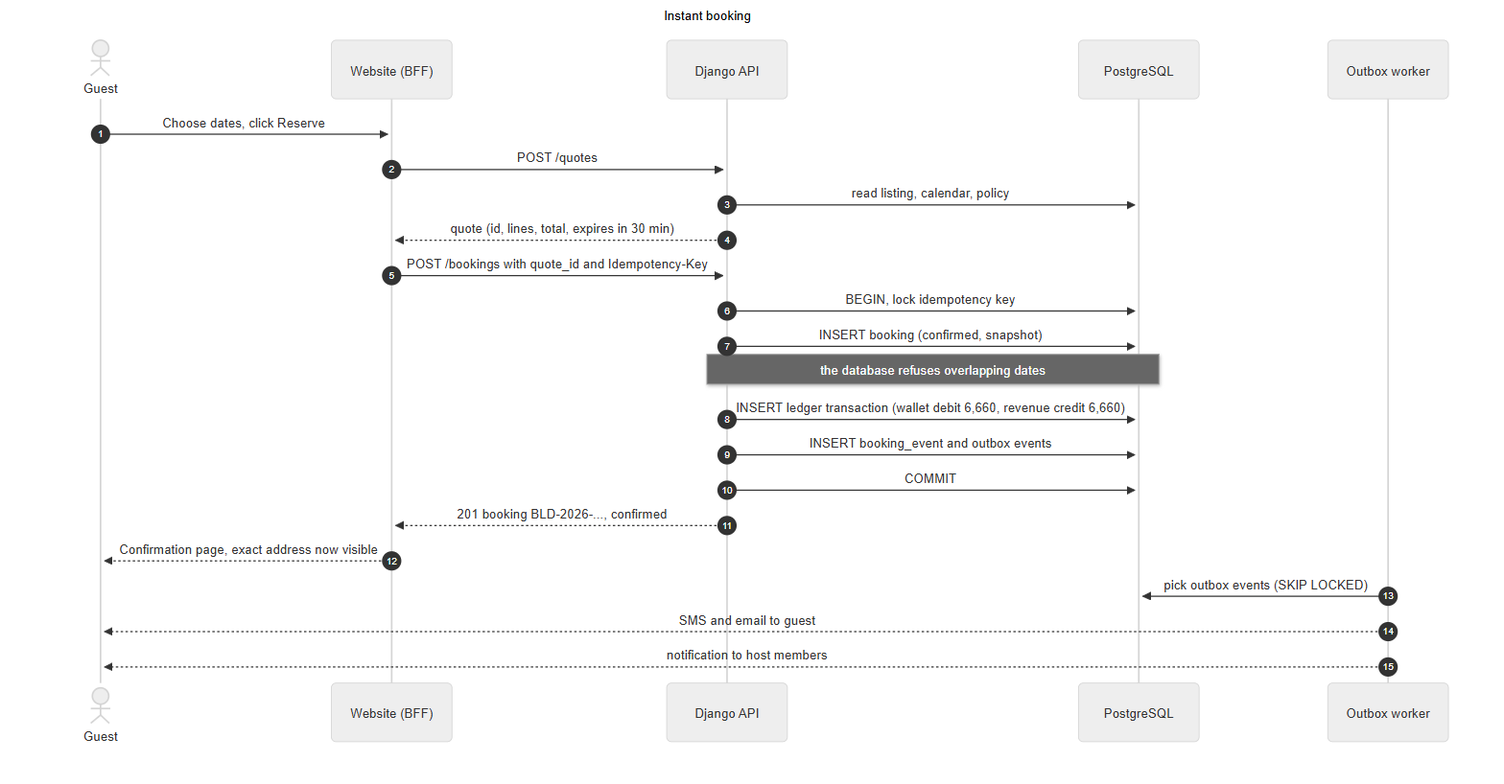
Earlier version of the Mermaid export docs/backend/diagrams/rendered/20-seq-instant-booking.png (med-amine-ok/darna). Its source is kept beside it as docs/backend/diagrams/20-seq-instant-booking.mmd.
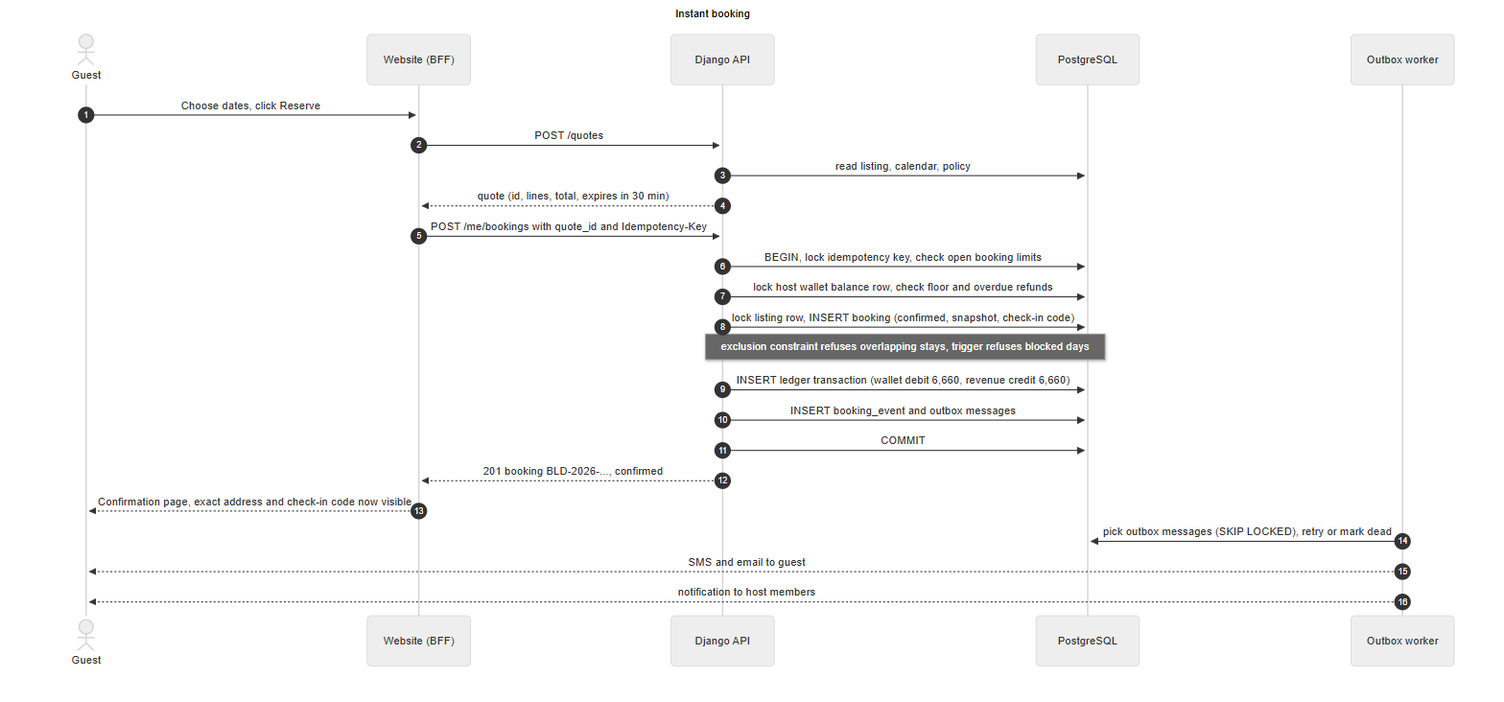
After the commit.

Change to the diagram source:
```diff
@@ -12,15 +12,16 @@
     W->>A: POST /quotes
     A->>DB: read listing, calendar, policy
     A-->>W: quote (id, lines, total, expires in 30 min)
-    W->>A: POST /bookings with quote_id and Idempotency-Key
-    A->>DB: BEGIN, lock idempotency key
-    A->>DB: INSERT booking (confirmed, snapshot)
-    Note over A,DB: the database refuses overlapping dates
+    W->>A: POST /me/bookings with quote_id and Idempotency-Key
+    A->>DB: BEGIN, lock idempotency key, check open booking limits
+    A->>DB: lock host wallet balance row, check floor and overdue refunds
+    A->>DB: lock listing row, INSERT booking (confirmed, snapshot, check-in code)
+    Note over A,DB: exclusion constraint refuses overlapping stays, trigger refuses blocked days
     A->>DB: INSERT ledger transaction (wallet debit 6,660, revenue credit 6,660)
-    A->>DB: INSERT booking_event and outbox events
+    A->>DB: INSERT booking_event and outbox messages
     A->>DB: COMMIT
     A-->>W: 201 booking BLD-2026-..., confirmed
-    W-->>G: Confirmation page, exact address now visible
-    Q->>DB: pick outbox events (SKIP LOCKED)
+    W-->>G: Confirmation page, exact address and check-in code now visible
+    Q->>DB: pick outbox messages (SKIP LOCKED), retry or mark dead
     Q-->>G: SMS and email to guest
     Q-->>G: notification to host members
```
